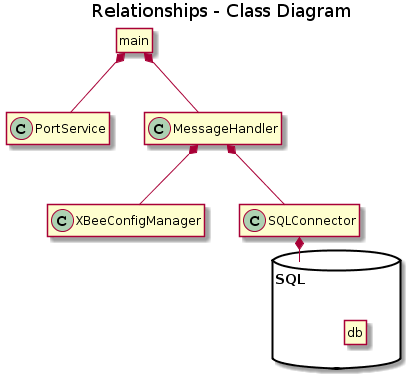
Earlier version of the PlantUML export UML_class.png (mcore1921/XBeePoller). Source of this version:
```plantuml
@startuml
title Relationships - Class Diagram

class main
class XBeeConfigManager
class MessageHandler
class PortService
class SQLConnector

package SQL <<database>> {
  class db
}

main *-- PortService
main *-- MessageHandler
XBeeConfigManager -down-* MessageHandler
MessageHandler *-- SQLConnector
SQLConnector *-- SQL

Hide members
Hide main circle
Hide db circle
@enduml
```
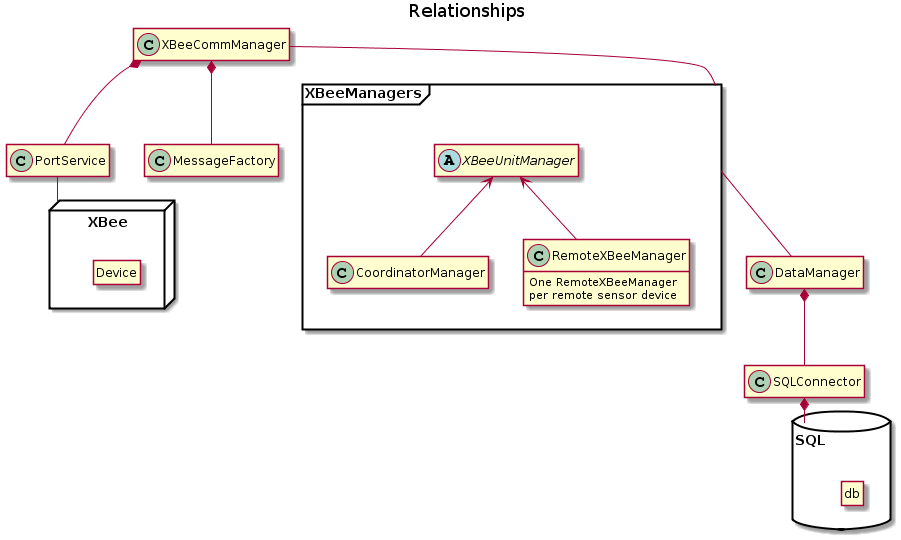
The same file after the commit.

Diff of the diagram source:
```diff
@@ -1,23 +1,38 @@
 @startuml
-title Relationships - Class Diagram
+title Relationships
 
-class main
-class XBeeConfigManager
-class MessageHandler
-class PortService
-class SQLConnector
+class DataManager
+class XBeeCommManager
 
 package SQL <<database>> {
   class db
 }
 
-main *-- PortService
-main *-- MessageHandler
-XBeeConfigManager -down-* MessageHandler
-MessageHandler *-- SQLConnector
+package XBee <<node>> {
+  class Device
+}
+
+package XBeeManagers <<frame>> {
+  abstract class XBeeUnitManager
+  class CoordinatorManager
+  class RemoteXBeeManager {
+    One RemoteXBeeManager
+    per remote sensor device
+  }
+}
+
+CoordinatorManager -up-> XBeeUnitManager
+RemoteXBeeManager -up-> XBeeUnitManager
+XBeeCommManager *-- PortService
+XBeeCommManager *-- MessageFactory
+XBeeCommManager -- XBeeManagers
+XBeeManagers -down- DataManager
+DataManager *-- SQLConnector
 SQLConnector *-- SQL
+PortService -down- XBee
 
 Hide members
-Hide main circle
 Hide db circle
+Hide Device circle
+show RemoteXBeeManager fields
 @enduml
```
